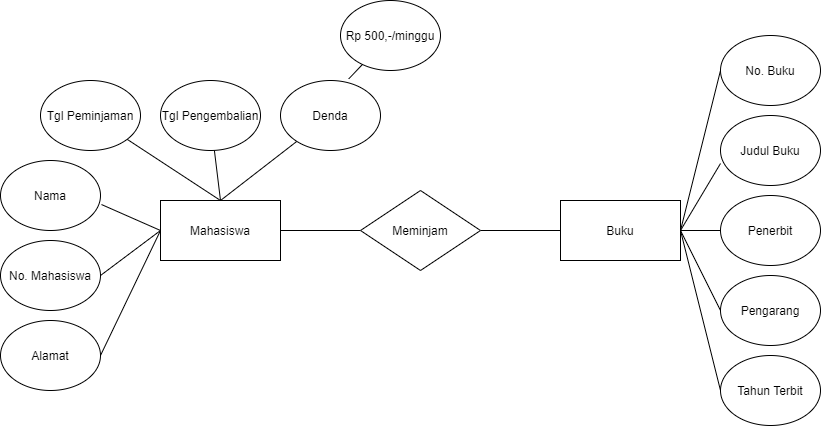
DwikiAffandi/flowchart keeps this draw.io diagram as erd3.png. Above is the earlier version. Source tidied: cells renumbered, new cells last; positions are measured from the earlier drawing's top-left corner, leaving out a move shared by most shapes. Source of this version:
```xml
<mxGraphModel>
  <root>
    <mxCell id="0" />
    <mxCell id="1" parent="0" />
    <mxCell id="2" style="edgeStyle=orthogonalEdgeStyle;rounded=0;jettySize=auto;html=1;entryX=0;entryY=0.5;entryDx=0;entryDy=0;endArrow=none;endFill=0;" parent="1" edge="1" source="6" target="9">
      <mxGeometry relative="1" as="geometry" />
    </mxCell>
    <mxCell id="3" style="rounded=0;jettySize=auto;html=1;entryX=1.01;entryY=0.629;entryDx=0;entryDy=0;entryPerimeter=0;endArrow=none;endFill=0;exitX=0;exitY=0.5;exitDx=0;exitDy=0;" parent="1" edge="1" source="6" target="10">
      <mxGeometry relative="1" as="geometry" />
    </mxCell>
    <mxCell id="4" style="edgeStyle=none;rounded=0;jettySize=auto;html=1;entryX=1;entryY=0.5;entryDx=0;entryDy=0;endArrow=none;endFill=0;exitX=0;exitY=0.5;exitDx=0;exitDy=0;" parent="1" edge="1" source="6" target="11">
      <mxGeometry relative="1" as="geometry" />
    </mxCell>
    <mxCell id="5" style="edgeStyle=none;rounded=0;jettySize=auto;html=1;entryX=1;entryY=0.5;entryDx=0;entryDy=0;endArrow=none;endFill=0;exitX=0;exitY=0.5;exitDx=0;exitDy=0;" parent="1" edge="1" source="6" target="12">
      <mxGeometry relative="1" as="geometry" />
    </mxCell>
    <mxCell id="6" value="Mahasiswa" style="rounded=0;whiteSpace=wrap;html=1;" parent="1" vertex="1">
      <mxGeometry x="160" y="200" width="120" height="60" as="geometry" />
    </mxCell>
    <mxCell id="7" value="Buku" style="rounded=0;whiteSpace=wrap;html=1;" parent="1" vertex="1">
      <mxGeometry x="560" y="200" width="120" height="60" as="geometry" />
    </mxCell>
    <mxCell id="8" style="edgeStyle=orthogonalEdgeStyle;rounded=0;jettySize=auto;html=1;entryX=0;entryY=0.5;entryDx=0;entryDy=0;endArrow=none;endFill=0;" parent="1" edge="1" source="9" target="7">
      <mxGeometry relative="1" as="geometry" />
    </mxCell>
    <mxCell id="9" value="Meminjam" style="rhombus;whiteSpace=wrap;html=1;" parent="1" vertex="1">
      <mxGeometry x="360" y="190" width="120" height="80" as="geometry" />
    </mxCell>
    <mxCell id="10" value="Nama" style="ellipse;whiteSpace=wrap;html=1;" parent="1" vertex="1">
      <mxGeometry y="160" width="100" height="70" as="geometry" />
    </mxCell>
    <mxCell id="11" value="No. Mahasiswa" style="ellipse;whiteSpace=wrap;html=1;" parent="1" vertex="1">
      <mxGeometry y="240" width="100" height="70" as="geometry" />
    </mxCell>
    <mxCell id="12" value="Alamat" style="ellipse;whiteSpace=wrap;html=1;" parent="1" vertex="1">
      <mxGeometry y="320" width="100" height="70" as="geometry" />
    </mxCell>
    <mxCell id="13" style="edgeStyle=none;rounded=0;jettySize=auto;html=1;endArrow=none;endFill=0;" parent="1" edge="1" source="14">
      <mxGeometry relative="1" as="geometry">
        <mxPoint x="220" y="200" as="targetPoint" />
      </mxGeometry>
    </mxCell>
    <mxCell id="14" value="Tgl Peminjaman" style="ellipse;whiteSpace=wrap;html=1;" parent="1" vertex="1">
      <mxGeometry x="40" y="80" width="100" height="70" as="geometry" />
    </mxCell>
    <mxCell id="15" style="edgeStyle=none;rounded=0;jettySize=auto;html=1;entryX=0.5;entryY=0;entryDx=0;entryDy=0;endArrow=none;endFill=0;" parent="1" edge="1" source="16" target="6">
      <mxGeometry relative="1" as="geometry" />
    </mxCell>
    <mxCell id="16" value="Tgl Pengembalian" style="ellipse;whiteSpace=wrap;html=1;" parent="1" vertex="1">
      <mxGeometry x="160" y="80" width="100" height="70" as="geometry" />
    </mxCell>
    <mxCell id="17" style="edgeStyle=none;rounded=0;jettySize=auto;html=1;entryX=0.5;entryY=0;entryDx=0;entryDy=0;endArrow=none;endFill=0;" parent="1" edge="1" source="18" target="6">
      <mxGeometry relative="1" as="geometry" />
    </mxCell>
    <mxCell id="18" value="Denda" style="ellipse;whiteSpace=wrap;html=1;" parent="1" vertex="1">
      <mxGeometry x="280" y="80" width="100" height="70" as="geometry" />
    </mxCell>
    <mxCell id="19" style="edgeStyle=none;rounded=0;jettySize=auto;html=1;entryX=1;entryY=0.5;entryDx=0;entryDy=0;endArrow=none;endFill=0;exitX=0;exitY=0.5;exitDx=0;exitDy=0;" parent="1" edge="1" source="20" target="7">
      <mxGeometry relative="1" as="geometry" />
    </mxCell>
    <mxCell id="20" value="No. Buku" style="ellipse;whiteSpace=wrap;html=1;" parent="1" vertex="1">
      <mxGeometry x="720" y="35" width="100" height="70" as="geometry" />
    </mxCell>
    <mxCell id="21" style="edgeStyle=none;rounded=0;jettySize=auto;html=1;entryX=1;entryY=0.5;entryDx=0;entryDy=0;endArrow=none;endFill=0;exitX=0;exitY=0.686;exitDx=0;exitDy=0;exitPerimeter=0;" parent="1" edge="1" source="22" target="7">
      <mxGeometry relative="1" as="geometry" />
    </mxCell>
    <mxCell id="22" value="Judul Buku" style="ellipse;whiteSpace=wrap;html=1;" parent="1" vertex="1">
      <mxGeometry x="720" y="115" width="100" height="70" as="geometry" />
    </mxCell>
    <mxCell id="23" style="edgeStyle=none;rounded=0;jettySize=auto;html=1;entryX=1;entryY=0.5;entryDx=0;entryDy=0;endArrow=none;endFill=0;" parent="1" edge="1" source="24" target="7">
      <mxGeometry relative="1" as="geometry" />
    </mxCell>
    <mxCell id="24" value="Penerbit" style="ellipse;whiteSpace=wrap;html=1;" parent="1" vertex="1">
      <mxGeometry x="720" y="195" width="100" height="70" as="geometry" />
    </mxCell>
    <mxCell id="25" style="edgeStyle=none;rounded=0;jettySize=auto;html=1;entryX=1;entryY=0.5;entryDx=0;entryDy=0;endArrow=none;endFill=0;exitX=0;exitY=0.5;exitDx=0;exitDy=0;" parent="1" edge="1" source="26" target="7">
      <mxGeometry relative="1" as="geometry" />
    </mxCell>
    <mxCell id="26" value="Pengarang" style="ellipse;whiteSpace=wrap;html=1;" parent="1" vertex="1">
      <mxGeometry x="720" y="275" width="100" height="70" as="geometry" />
    </mxCell>
    <mxCell id="27" style="edgeStyle=none;rounded=0;jettySize=auto;html=1;entryX=1;entryY=0.5;entryDx=0;entryDy=0;endArrow=none;endFill=0;exitX=0;exitY=0.5;exitDx=0;exitDy=0;" parent="1" edge="1" source="28" target="7">
      <mxGeometry relative="1" as="geometry" />
    </mxCell>
    <mxCell id="28" value="Tahun Terbit" style="ellipse;whiteSpace=wrap;html=1;" parent="1" vertex="1">
      <mxGeometry x="720" y="355" width="100" height="70" as="geometry" />
    </mxCell>
    <mxCell id="29" style="edgeStyle=none;rounded=0;jettySize=auto;html=1;entryX=0.683;entryY=-0.024;entryDx=0;entryDy=0;entryPerimeter=0;endArrow=none;endFill=0;" parent="1" edge="1" source="30" target="18">
      <mxGeometry relative="1" as="geometry" />
    </mxCell>
    <mxCell id="30" value="Rp 500,-/minggu" style="ellipse;whiteSpace=wrap;html=1;" parent="1" vertex="1">
      <mxGeometry x="340" width="100" height="70" as="geometry" />
    </mxCell>
  </root>
</mxGraphModel>
```
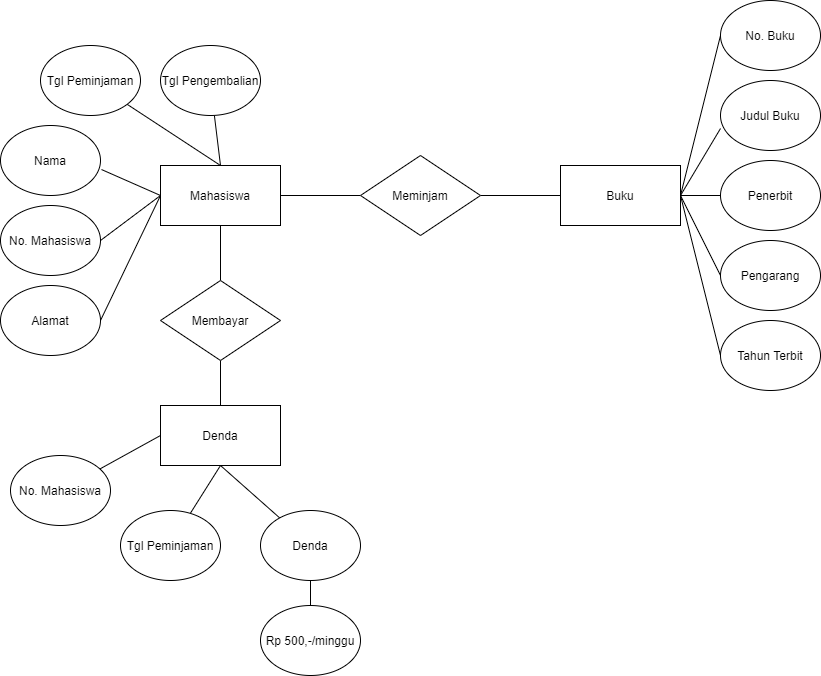
After the change.

What changed in the source:
```diff
@@ -14,6 +14,9 @@
     <mxCell id="5" style="edgeStyle=none;rounded=0;jettySize=auto;html=1;entryX=1;entryY=0.5;entryDx=0;entryDy=0;endArrow=none;endFill=0;exitX=0;exitY=0.5;exitDx=0;exitDy=0;" parent="1" edge="1" source="6" target="12">
       <mxGeometry relative="1" as="geometry" />
     </mxCell>
+    <mxCell id="31" style="edgeStyle=none;rounded=0;jettySize=auto;html=1;entryX=0.5;entryY=0;entryDx=0;entryDy=0;endArrow=none;endFill=0;" parent="1" edge="1" source="6" target="34">
+      <mxGeometry relative="1" as="geometry" />
+    </mxCell>
     <mxCell id="6" value="Mahasiswa" style="rounded=0;whiteSpace=wrap;html=1;" parent="1" vertex="1">
       <mxGeometry x="160" y="200" width="120" height="60" as="geometry" />
     </mxCell>
@@ -49,12 +52,6 @@
     <mxCell id="16" value="Tgl Pengembalian" style="ellipse;whiteSpace=wrap;html=1;" parent="1" vertex="1">
       <mxGeometry x="160" y="80" width="100" height="70" as="geometry" />
     </mxCell>
-    <mxCell id="17" style="edgeStyle=none;rounded=0;jettySize=auto;html=1;entryX=0.5;entryY=0;entryDx=0;entryDy=0;endArrow=none;endFill=0;" parent="1" edge="1" source="18" target="6">
-      <mxGeometry relative="1" as="geometry" />
-    </mxCell>
-    <mxCell id="18" value="Denda" style="ellipse;whiteSpace=wrap;html=1;" parent="1" vertex="1">
-      <mxGeometry x="280" y="80" width="100" height="70" as="geometry" />
-    </mxCell>
     <mxCell id="19" style="edgeStyle=none;rounded=0;jettySize=auto;html=1;entryX=1;entryY=0.5;entryDx=0;entryDy=0;endArrow=none;endFill=0;exitX=0;exitY=0.5;exitDx=0;exitDy=0;" parent="1" edge="1" source="20" target="7">
       <mxGeometry relative="1" as="geometry" />
     </mxCell>
@@ -85,11 +82,38 @@
     <mxCell id="28" value="Tahun Terbit" style="ellipse;whiteSpace=wrap;html=1;" parent="1" vertex="1">
       <mxGeometry x="720" y="355" width="100" height="70" as="geometry" />
     </mxCell>
-    <mxCell id="29" style="edgeStyle=none;rounded=0;jettySize=auto;html=1;entryX=0.683;entryY=-0.024;entryDx=0;entryDy=0;entryPerimeter=0;endArrow=none;endFill=0;" parent="1" edge="1" source="30" target="18">
+    <mxCell id="29" style="edgeStyle=none;rounded=0;jettySize=auto;html=1;endArrow=none;endFill=0;" parent="1" edge="1" source="30" target="18">
       <mxGeometry relative="1" as="geometry" />
     </mxCell>
     <mxCell id="30" value="Rp 500,-/minggu" style="ellipse;whiteSpace=wrap;html=1;" parent="1" vertex="1">
-      <mxGeometry x="340" width="100" height="70" as="geometry" />
+      <mxGeometry x="260" y="640" width="100" height="70" as="geometry" />
     </mxCell>
+    <mxCell id="32" value="Denda" style="rounded=0;whiteSpace=wrap;html=1;" parent="1" vertex="1">
+      <mxGeometry x="160" y="440" width="120" height="60" as="geometry" />
+    </mxCell>
+    <mxCell id="33" style="edgeStyle=none;rounded=0;jettySize=auto;html=1;entryX=0.5;entryY=0;entryDx=0;entryDy=0;endArrow=none;endFill=0;" parent="1" edge="1" source="34" target="32">
+      <mxGeometry relative="1" as="geometry" />
+    </mxCell>
+    <mxCell id="34" value="Membayar" style="rhombus;whiteSpace=wrap;html=1;" parent="1" vertex="1">
+      <mxGeometry x="160" y="315" width="120" height="80" as="geometry" />
+    </mxCell>
+    <mxCell id="35" style="edgeStyle=none;rounded=0;jettySize=auto;html=1;entryX=0;entryY=0.5;entryDx=0;entryDy=0;endArrow=none;endFill=0;" parent="1" edge="1" source="36" target="32">
+      <mxGeometry relative="1" as="geometry" />
+    </mxCell>
+    <mxCell id="36" value="No. Mahasiswa" style="ellipse;whiteSpace=wrap;html=1;" parent="1" vertex="1">
+      <mxGeometry x="10" y="490" width="100" height="70" as="geometry" />
+    </mxCell>
+    <mxCell id="37" style="edgeStyle=none;rounded=0;jettySize=auto;html=1;entryX=0.5;entryY=1;entryDx=0;entryDy=0;endArrow=none;endFill=0;" parent="1" edge="1" source="38" target="32">
+      <mxGeometry relative="1" as="geometry" />
+    </mxCell>
+    <mxCell id="38" value="Tgl Peminjaman" style="ellipse;whiteSpace=wrap;html=1;" parent="1" vertex="1">
+      <mxGeometry x="120" y="545" width="100" height="70" as="geometry" />
+    </mxCell>
+    <mxCell id="39" style="edgeStyle=none;rounded=0;jettySize=auto;html=1;entryX=0.5;entryY=1;entryDx=0;entryDy=0;endArrow=none;endFill=0;" parent="1" edge="1" source="18" target="32">
+      <mxGeometry relative="1" as="geometry" />
+    </mxCell>
+    <mxCell id="18" value="Denda" style="ellipse;whiteSpace=wrap;html=1;" parent="1" vertex="1">
+      <mxGeometry x="260" y="545" width="100" height="70" as="geometry" />
+    </mxCell>
   </root>
 </mxGraphModel>
```
